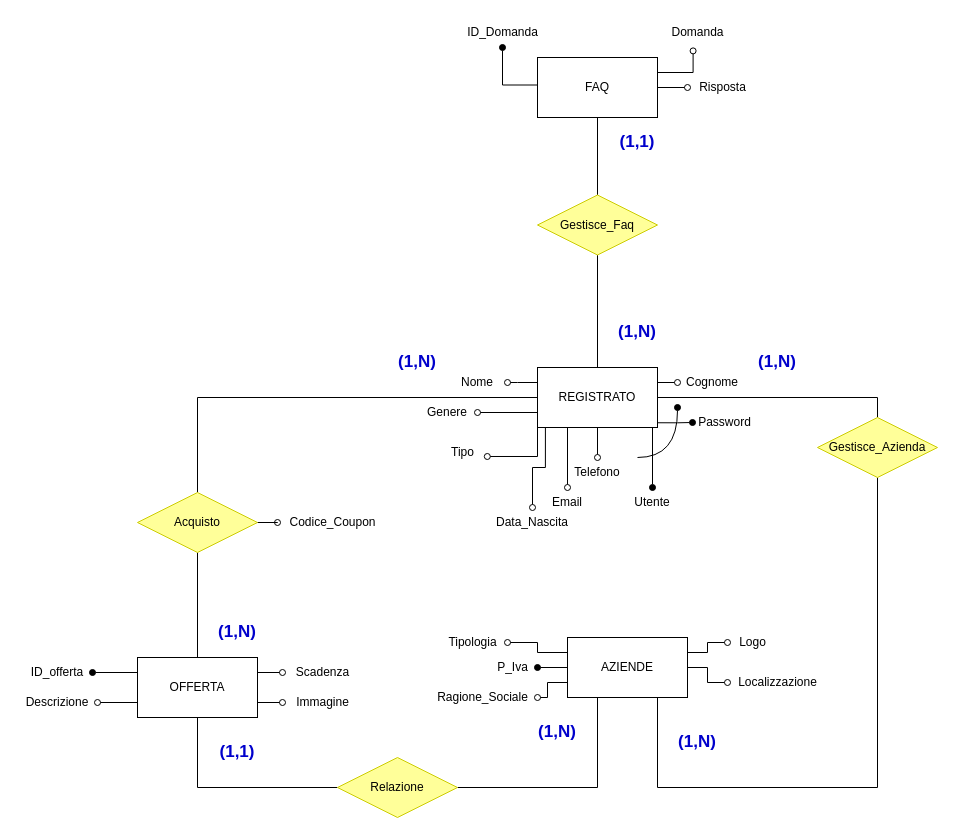
Above: ProgettoVecchio/Schemi/Schema_DB/DB_Progetto.drawio in MatteoSeresi/ProgettoWeb16 (draw.io), before the change. Source tidied: cells renumbered, new cells numbered last; positions are measured from the earlier drawing's top-left corner, leaving out a move shared by most shapes. Both pictures are drawn from the tidied source at 100%, with x=0, y=0 at pixel (17, 17).
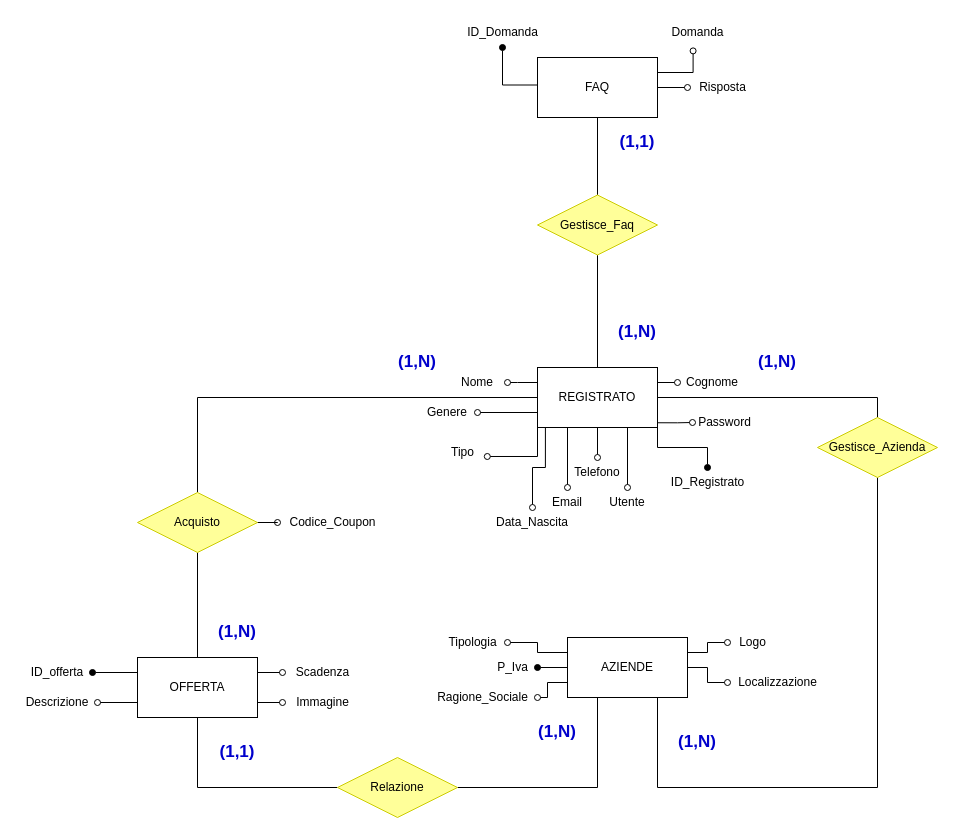
The same page after the edit.

The change refers to these unchanged cells:
```xml
<mxCell id="9" value="REGISTRATO" style="rounded=0;whiteSpace=wrap;html=1;" parent="1" vertex="1">
  <mxGeometry x="520" y="350" width="120" height="60" as="geometry" />
</mxCell>
<mxCell id="20" value="Password" style="text;html=1;strokeColor=none;fillColor=none;align=center;verticalAlign=middle;whiteSpace=wrap;rounded=0;" parent="1" vertex="1">
  <mxGeometry x="675" y="390" width="65" height="30" as="geometry" />
</mxCell>
```

What changed in the source:
```diff
@@
-    <mxCell id="2" style="edgeStyle=orthogonalEdgeStyle;rounded=0;jettySize=auto;html=1;endArrow=oval;endFill=1;exitX=0.986;exitY=0.921;exitDx=0;exitDy=0;exitPerimeter=0;" parent="1" edge="1" source="9" target="20">
+    <mxCell id="2" style="edgeStyle=orthogonalEdgeStyle;rounded=0;jettySize=auto;html=1;endArrow=oval;endFill=0;exitX=0.986;exitY=0.921;exitDx=0;exitDy=0;exitPerimeter=0;" parent="1" edge="1" source="9" target="20">
       <mxGeometry relative="1" as="geometry" />
     </mxCell>
@@
+    <mxCell id="71" style="edgeStyle=orthogonalEdgeStyle;rounded=0;jettySize=auto;html=1;exitX=1;exitY=1;exitDx=0;exitDy=0;endArrow=oval;endFill=1;" parent="1" edge="1" source="9" target="72">
+      <mxGeometry relative="1" as="geometry" />
+    </mxCell>
@@
-    <mxCell id="10" style="endArrow=none;html=1;rounded=0;strokeWidth=1;endFill=0;startArrow=oval;startFill=1;exitX=0.5;exitY=0;exitDx=0;exitDy=0;" parent="1" edge="1" source="11">
-      <mxGeometry relative="1" as="geometry">
-        <mxPoint x="635" y="410" as="targetPoint" />
-      </mxGeometry>
+    <mxCell id="10" style="endArrow=none;html=1;rounded=0;strokeWidth=1;endFill=0;startArrow=oval;startFill=0;exitX=0.5;exitY=0;exitDx=0;exitDy=0;entryX=0.75;entryY=1;entryDx=0;entryDy=0;" parent="1" edge="1" source="11" target="9">
+      <mxGeometry relative="1" as="geometry" />
     </mxCell>
     <mxCell id="11" value="Utente" style="text;html=1;strokeColor=none;fillColor=none;align=center;verticalAlign=middle;whiteSpace=wrap;rounded=0;" parent="1" vertex="1">
-      <mxGeometry x="610" y="470" width="50" height="30" as="geometry" />
+      <mxGeometry x="585" y="470" width="50" height="30" as="geometry" />
     </mxCell>
@@
-    <mxCell id="21" style="endArrow=oval;html=1;endFill=1;curved=1;" parent="1" edge="1">
-      <mxGeometry relative="1" as="geometry">
-        <mxPoint x="620" y="440" as="sourcePoint" />
-        <mxPoint x="660" y="390" as="targetPoint" />
-        <Array as="points">
-          <mxPoint x="660" y="440" />
-        </Array>
-      </mxGeometry>
-    </mxCell>
@@
+    <mxCell id="72" value="ID_Registrato" style="text;html=1;align=center;verticalAlign=middle;points=[];strokeColor=none;fillColor=none;" parent="1" vertex="1">
+      <mxGeometry x="640" y="450" width="100" height="30" as="geometry" />
+    </mxCell>
```
